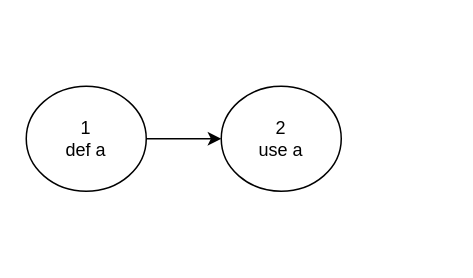
This is flow_data3.drawio from petkapou/DIP_diagrams, a draw.io file, before an edit. Source tidied: cells renumbered, new cells numbered last; positions are measured from the earlier drawing's top-left corner, leaving out a move shared by most shapes. Both pictures are drawn from the tidied source at 150%, with x=0, y=0 at pixel (26, 86).
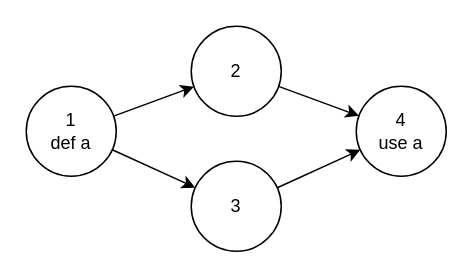
After the change.

What changed in the source:
```diff
@@
 <mxGraphModel>
   <root>
     <mxCell id="0" />
     <mxCell id="1" parent="0" />
     <mxCell id="2" value="1&lt;br&gt;def a" style="ellipse;whiteSpace=wrap;html=1;" parent="1" vertex="1">
-      <mxGeometry width="80" height="70" as="geometry" />
+      <mxGeometry width="60" height="60" as="geometry" />
     </mxCell>
-    <mxCell id="3" value="2&lt;br&gt;use a" style="ellipse;whiteSpace=wrap;html=1;" parent="1" vertex="1">
-      <mxGeometry x="130" width="80" height="70" as="geometry" />
+    <mxCell id="3" value="4&lt;br&gt;use a" style="ellipse;whiteSpace=wrap;html=1;" parent="1" vertex="1">
+      <mxGeometry x="220" width="60" height="60" as="geometry" />
     </mxCell>
-    <mxCell id="4" style="endArrow=classic;html=1;rounded=0;" parent="1" edge="1" source="2" target="3">
+    <mxCell id="4" style="endArrow=classic;html=1;rounded=0;" parent="1" edge="1" source="9" target="3">
       <mxGeometry relative="1" as="geometry" />
     </mxCell>
+    <mxCell id="5" value="3" style="ellipse;whiteSpace=wrap;html=1;" parent="1" vertex="1">
+      <mxGeometry x="110" y="50" width="60" height="60" as="geometry" />
+    </mxCell>
+    <mxCell id="6" style="endArrow=classic;html=1;rounded=0;" parent="1" edge="1" source="5" target="3">
+      <mxGeometry relative="1" as="geometry" />
+    </mxCell>
+    <mxCell id="7" style="endArrow=classic;html=1;rounded=0;" parent="1" edge="1" source="2" target="5">
+      <mxGeometry relative="1" as="geometry" />
+    </mxCell>
+    <mxCell id="8" style="endArrow=classic;html=1;rounded=0;" parent="1" edge="1" source="2" target="9">
+      <mxGeometry relative="1" as="geometry" />
+    </mxCell>
+    <mxCell id="9" value="2" style="ellipse;whiteSpace=wrap;html=1;" parent="1" vertex="1">
+      <mxGeometry x="110" y="-40" width="60" height="60" as="geometry" />
+    </mxCell>
   </root>
 </mxGraphModel>
```
